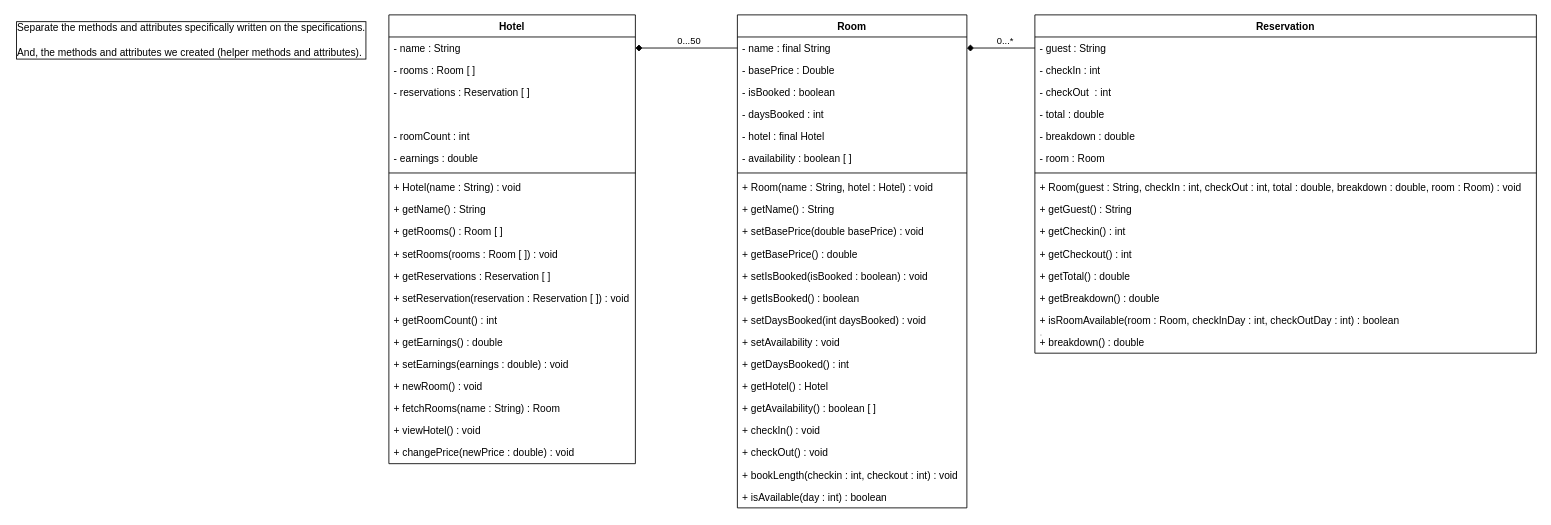
zrygan/CCPROG3-MCOs keeps this draw.io diagram as docs/UML.drawio. Above is the earlier version. Source tidied: cells renumbered, new cells numbered last; positions are measured from the earlier drawing's top-left corner, leaving out a move shared by most shapes. Both pictures are drawn from the tidied source at 85%, with x=0, y=0 at pixel (14, 14).
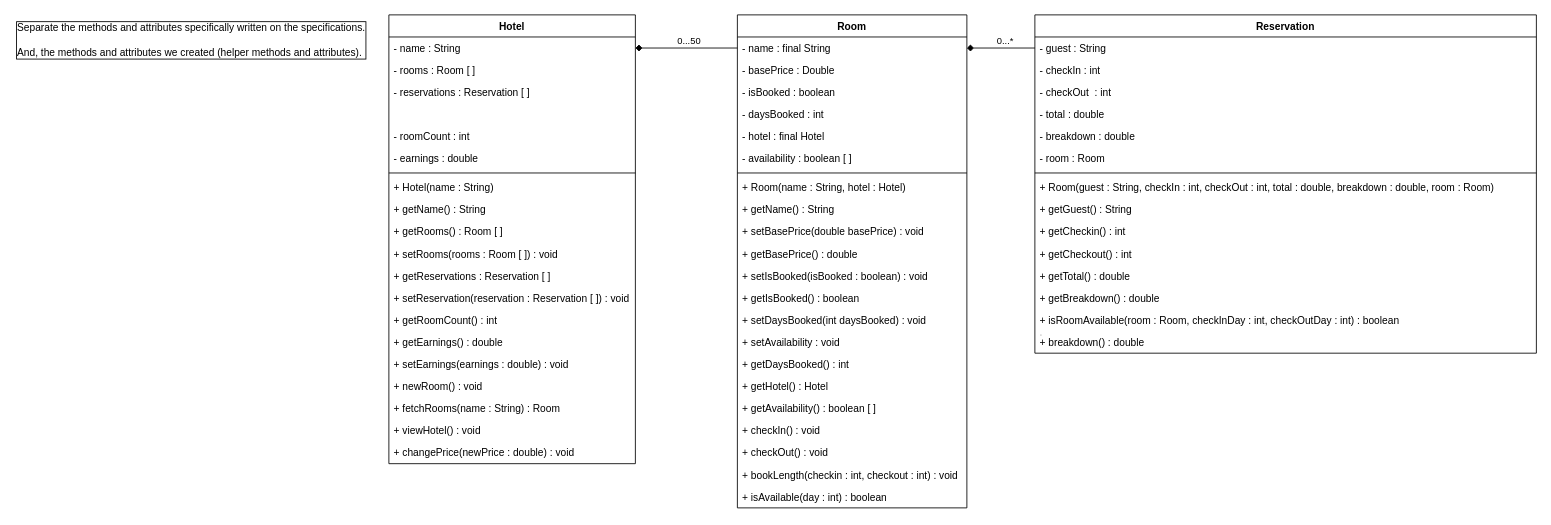
The same diagram, later.

Commit message:
Removed return type of constructors in UML

Unchanged cells that the change refers to:
```xml
<mxCell id="2" value="Hotel" style="swimlane;fontStyle=1;align=center;verticalAlign=top;horizontal=1;startSize=26;" parent="1" vertex="1">
  <mxGeometry x="440" width="290" height="528" as="geometry" />
</mxCell>
<mxCell id="24" value="Room" style="swimlane;fontStyle=1;align=center;verticalAlign=top;horizontal=1;startSize=26;" parent="1" vertex="1">
  <mxGeometry x="850" width="270" height="580" as="geometry" />
</mxCell>
<mxCell id="47" value="Reservation" style="swimlane;fontStyle=1;align=center;verticalAlign=top;horizontal=1;startSize=26;" parent="1" vertex="1">
  <mxGeometry x="1200" width="590" height="398" as="geometry" />
</mxCell>
```

Change to the diagram source:
```diff
@@
-    <mxCell id="10" value="+ Hotel(name : String) : void" style="text;strokeColor=none;fillColor=none;align=left;verticalAlign=top;spacingLeft=4;spacingRight=4;overflow=hidden;" parent="2" vertex="1">
+    <mxCell id="10" value="+ Hotel(name : String)" style="text;strokeColor=none;fillColor=none;align=left;verticalAlign=top;spacingLeft=4;spacingRight=4;overflow=hidden;" parent="2" vertex="1">
       <mxGeometry y="190" width="290" height="26" as="geometry" />
     </mxCell>
@@
-    <mxCell id="32" value="+ Room(name : String, hotel : Hotel) : void" style="text;strokeColor=none;fillColor=none;align=left;verticalAlign=top;spacingLeft=4;spacingRight=4;overflow=hidden;" parent="24" vertex="1">
+    <mxCell id="32" value="+ Room(name : String, hotel : Hotel)" style="text;strokeColor=none;fillColor=none;align=left;verticalAlign=top;spacingLeft=4;spacingRight=4;overflow=hidden;" parent="24" vertex="1">
       <mxGeometry y="190" width="270" height="26" as="geometry" />
     </mxCell>
@@
-    <mxCell id="55" value="+ Room(guest : String, checkIn : int, checkOut : int, total : double, breakdown : double, room : Room) : void" style="text;strokeColor=none;fillColor=none;align=left;verticalAlign=top;spacingLeft=4;spacingRight=4;overflow=hidden;" parent="47" vertex="1">
+    <mxCell id="55" value="+ Room(guest : String, checkIn : int, checkOut : int, total : double, breakdown : double, room : Room)" style="text;strokeColor=none;fillColor=none;align=left;verticalAlign=top;spacingLeft=4;spacingRight=4;overflow=hidden;" parent="47" vertex="1">
       <mxGeometry y="190" width="590" height="26" as="geometry" />
     </mxCell>
```
